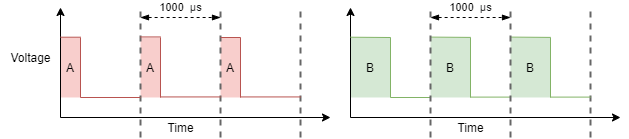
microdaq/PyMLink keeps this draw.io diagram as examples/resources/pwm.png. Above is the earlier version. Source tidied: cells renumbered, new cells last; positions are measured from the earlier drawing's top-left corner, leaving out a move shared by most shapes. Its diagram source:
```xml
<mxGraphModel>
  <root>
    <mxCell id="0" />
    <mxCell id="1" parent="0" />
    <mxCell id="2" value="A" style="rounded=0;whiteSpace=wrap;html=1;fillColor=#f8cecc;strokeColor=none;" parent="1" vertex="1">
      <mxGeometry x="60" y="30" width="20" height="60" as="geometry" />
    </mxCell>
    <mxCell id="3" value="A" style="rounded=0;whiteSpace=wrap;html=1;fillColor=#f8cecc;strokeColor=none;" parent="1" vertex="1">
      <mxGeometry x="140" y="30" width="20" height="60" as="geometry" />
    </mxCell>
    <mxCell id="4" value="A" style="rounded=0;whiteSpace=wrap;html=1;fillColor=#f8cecc;strokeColor=none;" parent="1" vertex="1">
      <mxGeometry x="220" y="30" width="20" height="60" as="geometry" />
    </mxCell>
    <mxCell id="5" style="endArrow=classic;html=1;" parent="1" edge="1">
      <mxGeometry relative="1" as="geometry">
        <mxPoint x="60" y="110" as="sourcePoint" />
        <mxPoint x="330" y="110" as="targetPoint" />
      </mxGeometry>
    </mxCell>
    <mxCell id="6" value="Time" style="text;html=1;align=center;verticalAlign=middle;" parent="1" vertex="1">
      <mxGeometry x="160" y="110" width="40" height="20" as="geometry" />
    </mxCell>
    <mxCell id="7" style="endArrow=classic;html=1;" parent="1" edge="1">
      <mxGeometry relative="1" as="geometry">
        <mxPoint x="60" y="110" as="sourcePoint" />
        <mxPoint x="60" as="targetPoint" />
      </mxGeometry>
    </mxCell>
    <mxCell id="8" value="Voltage" style="text;html=1;align=center;verticalAlign=middle;" parent="1" vertex="1">
      <mxGeometry y="40" width="60" height="20" as="geometry" />
    </mxCell>
    <mxCell id="9" style="endArrow=none;dashed=1;html=1;strokeWidth=2;fillColor=#f5f5f5;strokeColor=#666666;" parent="1" edge="1">
      <mxGeometry relative="1" as="geometry">
        <mxPoint x="140" y="130" as="sourcePoint" />
        <mxPoint x="140" as="targetPoint" />
      </mxGeometry>
    </mxCell>
    <mxCell id="10" style="endArrow=none;dashed=1;html=1;strokeWidth=2;fillColor=#f5f5f5;strokeColor=#666666;" parent="1" edge="1">
      <mxGeometry relative="1" as="geometry">
        <mxPoint x="220" y="130" as="sourcePoint" />
        <mxPoint x="220" as="targetPoint" />
      </mxGeometry>
    </mxCell>
    <mxCell id="11" style="endArrow=none;dashed=1;html=1;strokeWidth=2;fillColor=#f5f5f5;strokeColor=#666666;" parent="1" edge="1">
      <mxGeometry relative="1" as="geometry">
        <mxPoint x="300" y="130" as="sourcePoint" />
        <mxPoint x="300" as="targetPoint" />
      </mxGeometry>
    </mxCell>
    <mxCell id="12" value="&lt;div&gt;1000&amp;nbsp;&lt;span style=&quot;color: rgb(32 , 33 , 34) ; font-family: sans-serif&quot;&gt;&amp;nbsp;&lt;/span&gt;&lt;font color=&quot;#202122&quot; face=&quot;sans-serif&quot; style=&quot;font-size: 11px&quot;&gt;&lt;span&gt;μs&lt;/span&gt;&lt;/font&gt;&lt;/div&gt;" style="endArrow=blockThin;startArrow=blockThin;html=1;dashed=1;endFill=1;startFill=1;" parent="1" edge="1">
      <mxGeometry y="10" relative="1" as="geometry">
        <mxPoint x="140" y="10" as="sourcePoint" />
        <mxPoint x="220" y="10" as="targetPoint" />
      </mxGeometry>
    </mxCell>
    <mxCell id="13" style="endArrow=none;html=1;fillColor=#f8cecc;strokeColor=#b85450;" parent="1" edge="1">
      <mxGeometry relative="1" as="geometry">
        <mxPoint x="60" y="29.7" as="sourcePoint" />
        <mxPoint x="80" y="29.7" as="targetPoint" />
      </mxGeometry>
    </mxCell>
    <mxCell id="14" style="endArrow=none;html=1;fillColor=#f8cecc;strokeColor=#b85450;" parent="1" edge="1">
      <mxGeometry relative="1" as="geometry">
        <mxPoint x="80" y="90" as="sourcePoint" />
        <mxPoint x="140" y="90" as="targetPoint" />
      </mxGeometry>
    </mxCell>
    <mxCell id="15" style="endArrow=none;html=1;fillColor=#f8cecc;strokeColor=#b85450;" parent="1" edge="1">
      <mxGeometry relative="1" as="geometry">
        <mxPoint x="160" y="89.4" as="sourcePoint" />
        <mxPoint x="220" y="89.4" as="targetPoint" />
      </mxGeometry>
    </mxCell>
    <mxCell id="16" style="endArrow=none;html=1;fillColor=#f8cecc;strokeColor=#b85450;" parent="1" edge="1">
      <mxGeometry relative="1" as="geometry">
        <mxPoint x="240" y="89.4" as="sourcePoint" />
        <mxPoint x="300" y="89.4" as="targetPoint" />
      </mxGeometry>
    </mxCell>
    <mxCell id="17" style="endArrow=none;html=1;fillColor=#f8cecc;strokeColor=#b85450;entryX=1;entryY=1;entryDx=0;entryDy=0;" parent="1" edge="1" target="2">
      <mxGeometry relative="1" as="geometry">
        <mxPoint x="80" y="30" as="sourcePoint" />
      </mxGeometry>
    </mxCell>
    <mxCell id="18" style="endArrow=none;html=1;fillColor=#f8cecc;strokeColor=#b85450;entryX=1;entryY=1;entryDx=0;entryDy=0;" parent="1" edge="1">
      <mxGeometry relative="1" as="geometry">
        <mxPoint x="160" y="30" as="sourcePoint" />
        <mxPoint x="160" y="90" as="targetPoint" />
      </mxGeometry>
    </mxCell>
    <mxCell id="19" style="endArrow=none;html=1;fillColor=#f8cecc;strokeColor=#b85450;entryX=1;entryY=1;entryDx=0;entryDy=0;" parent="1" edge="1">
      <mxGeometry relative="1" as="geometry">
        <mxPoint x="240" y="30" as="sourcePoint" />
        <mxPoint x="240" y="90" as="targetPoint" />
      </mxGeometry>
    </mxCell>
    <mxCell id="20" style="endArrow=none;html=1;fillColor=#f8cecc;strokeColor=#b85450;" parent="1" edge="1">
      <mxGeometry relative="1" as="geometry">
        <mxPoint x="140" y="29.4" as="sourcePoint" />
        <mxPoint x="160" y="29.4" as="targetPoint" />
      </mxGeometry>
    </mxCell>
    <mxCell id="21" style="endArrow=none;html=1;fillColor=#f8cecc;strokeColor=#b85450;" parent="1" edge="1">
      <mxGeometry relative="1" as="geometry">
        <mxPoint x="220" y="30" as="sourcePoint" />
        <mxPoint x="240" y="30" as="targetPoint" />
      </mxGeometry>
    </mxCell>
    <mxCell id="22" value="B" style="rounded=0;whiteSpace=wrap;html=1;fillColor=#d5e8d4;strokeColor=none;" parent="1" vertex="1">
      <mxGeometry x="350" y="30" width="40" height="60" as="geometry" />
    </mxCell>
    <mxCell id="23" style="endArrow=classic;html=1;" parent="1" edge="1">
      <mxGeometry relative="1" as="geometry">
        <mxPoint x="350" y="110" as="sourcePoint" />
        <mxPoint x="620" y="110" as="targetPoint" />
      </mxGeometry>
    </mxCell>
    <mxCell id="24" value="Time" style="text;html=1;align=center;verticalAlign=middle;" parent="1" vertex="1">
      <mxGeometry x="450" y="110" width="40" height="20" as="geometry" />
    </mxCell>
    <mxCell id="25" style="endArrow=classic;html=1;" parent="1" edge="1">
      <mxGeometry relative="1" as="geometry">
        <mxPoint x="350" y="110" as="sourcePoint" />
        <mxPoint x="350" as="targetPoint" />
      </mxGeometry>
    </mxCell>
    <mxCell id="26" style="endArrow=none;dashed=1;html=1;strokeWidth=2;fillColor=#f5f5f5;strokeColor=#666666;" parent="1" edge="1">
      <mxGeometry relative="1" as="geometry">
        <mxPoint x="590" y="130" as="sourcePoint" />
        <mxPoint x="590" as="targetPoint" />
      </mxGeometry>
    </mxCell>
    <mxCell id="27" value="&lt;div&gt;1000&amp;nbsp;&lt;span style=&quot;color: rgb(32 , 33 , 34) ; font-family: sans-serif&quot;&gt;&amp;nbsp;&lt;/span&gt;&lt;font color=&quot;#202122&quot; face=&quot;sans-serif&quot; style=&quot;font-size: 11px&quot;&gt;&lt;span&gt;μs&lt;/span&gt;&lt;/font&gt;&lt;/div&gt;" style="endArrow=blockThin;startArrow=blockThin;html=1;dashed=1;endFill=1;startFill=1;" parent="1" edge="1">
      <mxGeometry y="10" relative="1" as="geometry">
        <mxPoint x="430" y="10" as="sourcePoint" />
        <mxPoint x="510" y="10" as="targetPoint" />
      </mxGeometry>
    </mxCell>
    <mxCell id="28" style="endArrow=none;html=1;fillColor=#d5e8d4;strokeColor=#82b366;" parent="1" edge="1">
      <mxGeometry relative="1" as="geometry">
        <mxPoint x="350" y="29.7" as="sourcePoint" />
        <mxPoint x="390" y="30" as="targetPoint" />
      </mxGeometry>
    </mxCell>
    <mxCell id="29" style="endArrow=none;html=1;fillColor=#d5e8d4;strokeColor=#82b366;" parent="1" edge="1">
      <mxGeometry relative="1" as="geometry">
        <mxPoint x="390" y="90" as="sourcePoint" />
        <mxPoint x="430" y="90" as="targetPoint" />
      </mxGeometry>
    </mxCell>
    <mxCell id="30" style="endArrow=none;html=1;fillColor=#d5e8d4;strokeColor=#82b366;" parent="1" edge="1">
      <mxGeometry relative="1" as="geometry">
        <mxPoint x="390" y="30" as="sourcePoint" />
        <mxPoint x="390" y="90" as="targetPoint" />
      </mxGeometry>
    </mxCell>
    <mxCell id="31" value="B" style="rounded=0;whiteSpace=wrap;html=1;fillColor=#d5e8d4;strokeColor=none;" parent="1" vertex="1">
      <mxGeometry x="430" y="30" width="40" height="60" as="geometry" />
    </mxCell>
    <mxCell id="32" style="endArrow=none;html=1;fillColor=#d5e8d4;strokeColor=#82b366;" parent="1" edge="1">
      <mxGeometry relative="1" as="geometry">
        <mxPoint x="470" y="30" as="sourcePoint" />
        <mxPoint x="470" y="90" as="targetPoint" />
      </mxGeometry>
    </mxCell>
    <mxCell id="33" value="B" style="rounded=0;whiteSpace=wrap;html=1;fillColor=#d5e8d4;strokeColor=none;" parent="1" vertex="1">
      <mxGeometry x="510" y="30" width="40" height="60" as="geometry" />
    </mxCell>
    <mxCell id="34" style="endArrow=none;html=1;fillColor=#d5e8d4;strokeColor=#82b366;" parent="1" edge="1">
      <mxGeometry relative="1" as="geometry">
        <mxPoint x="550" y="30" as="sourcePoint" />
        <mxPoint x="550" y="90" as="targetPoint" />
      </mxGeometry>
    </mxCell>
    <mxCell id="35" style="endArrow=none;html=1;fillColor=#d5e8d4;strokeColor=#82b366;" parent="1" edge="1">
      <mxGeometry relative="1" as="geometry">
        <mxPoint x="430" y="29.6" as="sourcePoint" />
        <mxPoint x="470" y="29.9" as="targetPoint" />
      </mxGeometry>
    </mxCell>
    <mxCell id="36" style="endArrow=none;html=1;fillColor=#d5e8d4;strokeColor=#82b366;" parent="1" edge="1">
      <mxGeometry relative="1" as="geometry">
        <mxPoint x="510" y="29.6" as="sourcePoint" />
        <mxPoint x="550" y="29.9" as="targetPoint" />
      </mxGeometry>
    </mxCell>
    <mxCell id="37" style="endArrow=none;html=1;fillColor=#d5e8d4;strokeColor=#82b366;" parent="1" edge="1">
      <mxGeometry relative="1" as="geometry">
        <mxPoint x="470" y="89.6" as="sourcePoint" />
        <mxPoint x="510" y="89.6" as="targetPoint" />
      </mxGeometry>
    </mxCell>
    <mxCell id="38" style="endArrow=none;html=1;fillColor=#d5e8d4;strokeColor=#82b366;" parent="1" edge="1">
      <mxGeometry relative="1" as="geometry">
        <mxPoint x="550" y="89.6" as="sourcePoint" />
        <mxPoint x="590" y="89.6" as="targetPoint" />
      </mxGeometry>
    </mxCell>
    <mxCell id="39" style="endArrow=none;dashed=1;html=1;strokeWidth=2;fillColor=#f5f5f5;strokeColor=#666666;" parent="1" edge="1">
      <mxGeometry relative="1" as="geometry">
        <mxPoint x="430" y="130" as="sourcePoint" />
        <mxPoint x="430" as="targetPoint" />
      </mxGeometry>
    </mxCell>
    <mxCell id="40" style="endArrow=none;dashed=1;html=1;strokeWidth=2;fillColor=#f5f5f5;strokeColor=#666666;" parent="1" edge="1">
      <mxGeometry relative="1" as="geometry">
        <mxPoint x="510" y="130" as="sourcePoint" />
        <mxPoint x="510" as="targetPoint" />
      </mxGeometry>
    </mxCell>
  </root>
</mxGraphModel>
```
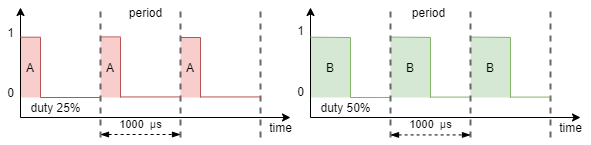
The same diagram one commit later.

Commit message:
Update PWM waveform

The edit, as a diff of the source:
```diff
@@ -17,18 +17,12 @@
         <mxPoint x="330" y="110" as="targetPoint" />
       </mxGeometry>
     </mxCell>
-    <mxCell id="6" value="Time" style="text;html=1;align=center;verticalAlign=middle;" parent="1" vertex="1">
-      <mxGeometry x="160" y="110" width="40" height="20" as="geometry" />
-    </mxCell>
     <mxCell id="7" style="endArrow=classic;html=1;" parent="1" edge="1">
       <mxGeometry relative="1" as="geometry">
         <mxPoint x="60" y="110" as="sourcePoint" />
         <mxPoint x="60" as="targetPoint" />
       </mxGeometry>
     </mxCell>
-    <mxCell id="8" value="Voltage" style="text;html=1;align=center;verticalAlign=middle;" parent="1" vertex="1">
-      <mxGeometry y="40" width="60" height="20" as="geometry" />
-    </mxCell>
     <mxCell id="9" style="endArrow=none;dashed=1;html=1;strokeWidth=2;fillColor=#f5f5f5;strokeColor=#666666;" parent="1" edge="1">
       <mxGeometry relative="1" as="geometry">
         <mxPoint x="140" y="130" as="sourcePoint" />
@@ -47,12 +41,6 @@
         <mxPoint x="300" as="targetPoint" />
       </mxGeometry>
     </mxCell>
-    <mxCell id="12" value="&lt;div&gt;1000&amp;nbsp;&lt;span style=&quot;color: rgb(32 , 33 , 34) ; font-family: sans-serif&quot;&gt;&amp;nbsp;&lt;/span&gt;&lt;font color=&quot;#202122&quot; face=&quot;sans-serif&quot; style=&quot;font-size: 11px&quot;&gt;&lt;span&gt;μs&lt;/span&gt;&lt;/font&gt;&lt;/div&gt;" style="endArrow=blockThin;startArrow=blockThin;html=1;dashed=1;endFill=1;startFill=1;" parent="1" edge="1">
-      <mxGeometry y="10" relative="1" as="geometry">
-        <mxPoint x="140" y="10" as="sourcePoint" />
-        <mxPoint x="220" y="10" as="targetPoint" />
-      </mxGeometry>
-    </mxCell>
     <mxCell id="13" style="endArrow=none;html=1;fillColor=#f8cecc;strokeColor=#b85450;" parent="1" edge="1">
       <mxGeometry relative="1" as="geometry">
         <mxPoint x="60" y="29.7" as="sourcePoint" />
@@ -115,8 +103,8 @@
         <mxPoint x="620" y="110" as="targetPoint" />
       </mxGeometry>
     </mxCell>
-    <mxCell id="24" value="Time" style="text;html=1;align=center;verticalAlign=middle;" parent="1" vertex="1">
-      <mxGeometry x="450" y="110" width="40" height="20" as="geometry" />
+    <mxCell id="24" value="time" style="text;html=1;align=center;verticalAlign=middle;" parent="1" vertex="1">
+      <mxGeometry x="590" y="110" width="40" height="20" as="geometry" />
     </mxCell>
     <mxCell id="25" style="endArrow=classic;html=1;" parent="1" edge="1">
       <mxGeometry relative="1" as="geometry">
@@ -130,12 +118,6 @@
         <mxPoint x="590" as="targetPoint" />
       </mxGeometry>
     </mxCell>
-    <mxCell id="27" value="&lt;div&gt;1000&amp;nbsp;&lt;span style=&quot;color: rgb(32 , 33 , 34) ; font-family: sans-serif&quot;&gt;&amp;nbsp;&lt;/span&gt;&lt;font color=&quot;#202122&quot; face=&quot;sans-serif&quot; style=&quot;font-size: 11px&quot;&gt;&lt;span&gt;μs&lt;/span&gt;&lt;/font&gt;&lt;/div&gt;" style="endArrow=blockThin;startArrow=blockThin;html=1;dashed=1;endFill=1;startFill=1;" parent="1" edge="1">
-      <mxGeometry y="10" relative="1" as="geometry">
-        <mxPoint x="430" y="10" as="sourcePoint" />
-        <mxPoint x="510" y="10" as="targetPoint" />
-      </mxGeometry>
-    </mxCell>
     <mxCell id="28" style="endArrow=none;html=1;fillColor=#d5e8d4;strokeColor=#82b366;" parent="1" edge="1">
       <mxGeometry relative="1" as="geometry">
         <mxPoint x="350" y="29.7" as="sourcePoint" />
@@ -208,5 +190,44 @@
         <mxPoint x="510" as="targetPoint" />
       </mxGeometry>
     </mxCell>
+    <mxCell id="41" value="0" style="text;html=1;align=center;verticalAlign=middle;" parent="1" vertex="1">
+      <mxGeometry x="40" y="75" width="20" height="20" as="geometry" />
+    </mxCell>
+    <mxCell id="42" value="1" style="text;html=1;align=center;verticalAlign=middle;" parent="1" vertex="1">
+      <mxGeometry x="40" y="15" width="20" height="20" as="geometry" />
+    </mxCell>
+    <mxCell id="43" value="duty 50%" style="text;html=1;align=center;verticalAlign=middle;" parent="1" vertex="1">
+      <mxGeometry x="350" y="90" width="70" height="20" as="geometry" />
+    </mxCell>
+    <mxCell id="44" value="1" style="text;html=1;align=center;verticalAlign=middle;" parent="1" vertex="1">
+      <mxGeometry x="330" y="13" width="20" height="20" as="geometry" />
+    </mxCell>
+    <mxCell id="45" value="0" style="text;html=1;align=center;verticalAlign=middle;" parent="1" vertex="1">
+      <mxGeometry x="330" y="74" width="20" height="20" as="geometry" />
+    </mxCell>
+    <mxCell id="46" value="&lt;span style=&quot;font-family: &amp;#34;helvetica&amp;#34;&quot;&gt;1000&amp;nbsp;&lt;/span&gt;&lt;span style=&quot;color: rgb(32 , 33 , 34) ; font-family: sans-serif&quot;&gt;&amp;nbsp;&lt;/span&gt;&lt;font color=&quot;#202122&quot; face=&quot;sans-serif&quot;&gt;μs&lt;/font&gt;" style="endArrow=blockThin;startArrow=blockThin;html=1;dashed=1;endFill=1;startFill=1;" parent="1" edge="1">
+      <mxGeometry y="10" relative="1" as="geometry">
+        <mxPoint x="430" y="127.4" as="sourcePoint" />
+        <mxPoint x="510" y="127.4" as="targetPoint" />
+      </mxGeometry>
+    </mxCell>
+    <mxCell id="47" value="period" style="text;html=1;align=center;verticalAlign=middle;" parent="1" vertex="1">
+      <mxGeometry x="443" y="-5" width="50" height="20" as="geometry" />
+    </mxCell>
+    <mxCell id="48" value="period" style="text;html=1;align=center;verticalAlign=middle;" parent="1" vertex="1">
+      <mxGeometry x="160" y="-5" width="50" height="20" as="geometry" />
+    </mxCell>
+    <mxCell id="49" value="duty 25%" style="text;html=1;align=center;verticalAlign=middle;" parent="1" vertex="1">
+      <mxGeometry x="60" y="90" width="70" height="20" as="geometry" />
+    </mxCell>
+    <mxCell id="50" value="&lt;span style=&quot;font-family: &amp;#34;helvetica&amp;#34;&quot;&gt;1000&amp;nbsp;&lt;/span&gt;&lt;span style=&quot;color: rgb(32 , 33 , 34) ; font-family: sans-serif&quot;&gt;&amp;nbsp;&lt;/span&gt;&lt;font color=&quot;#202122&quot; face=&quot;sans-serif&quot;&gt;μs&lt;/font&gt;" style="endArrow=blockThin;startArrow=blockThin;html=1;dashed=1;endFill=1;startFill=1;" parent="1" edge="1">
+      <mxGeometry y="10" relative="1" as="geometry">
+        <mxPoint x="140" y="127" as="sourcePoint" />
+        <mxPoint x="220" y="127" as="targetPoint" />
+      </mxGeometry>
+    </mxCell>
+    <mxCell id="51" value="time" style="text;html=1;align=center;verticalAlign=middle;" parent="1" vertex="1">
+      <mxGeometry x="300" y="110" width="40" height="20" as="geometry" />
+    </mxCell>
   </root>
 </mxGraphModel>
```
